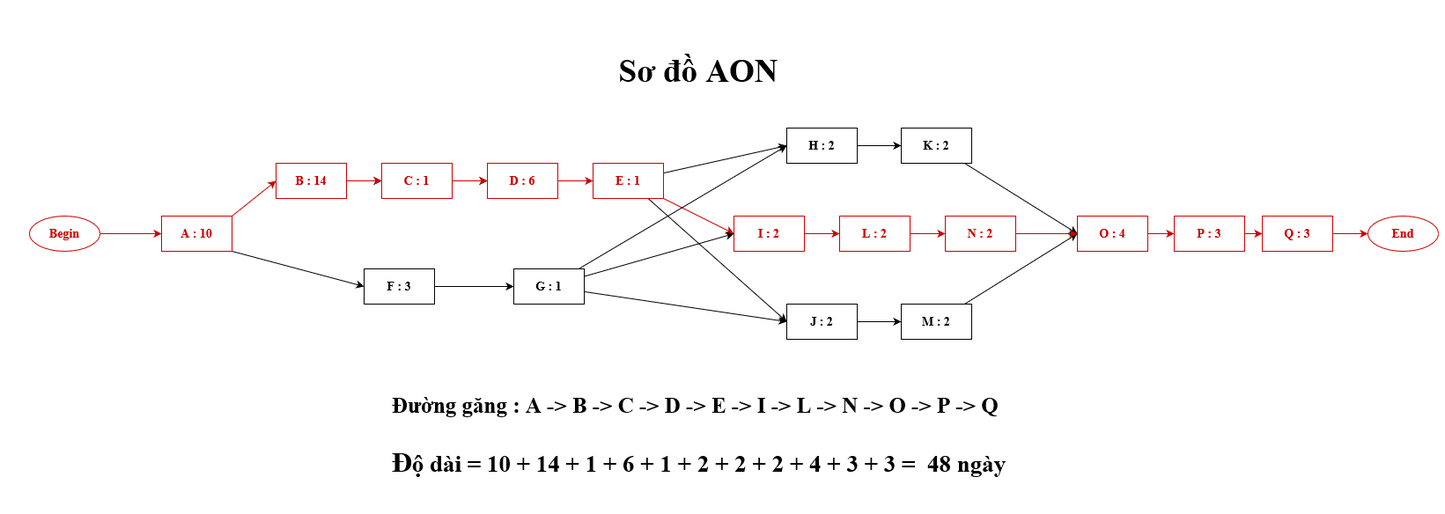
Before: Documents/QLDA/Critical_Path.png, a diagram exported from draw.io (H2Q318/HQN-Team). Source tidied: cells renumbered, new cells last; positions are measured from the earlier drawing's top-left corner, leaving out a move shared by most shapes.
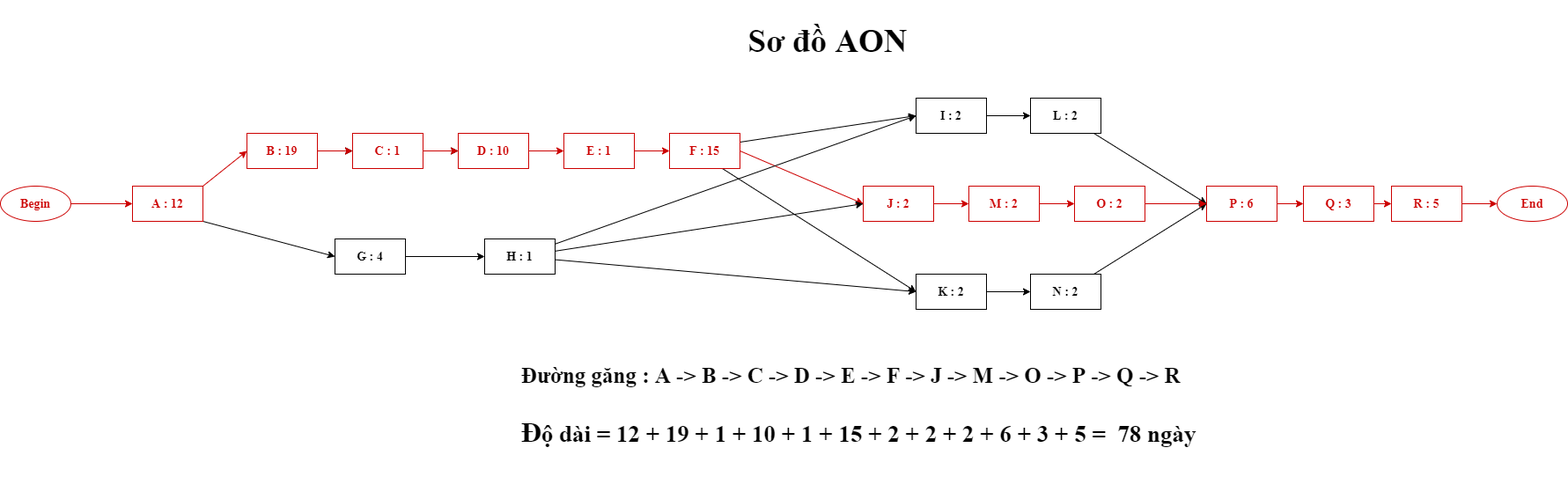
Above is the later version.

What changed in the source:
```diff
@@ -15,56 +15,56 @@
       <mxGeometry relative="1" as="geometry" />
     </mxCell>
     <mxCell id="6" value="A : 14" style="rounded=0;whiteSpace=wrap;html=1;fontFamily=Times New Roman;fontStyle=1;fontSize=14;" parent="1" vertex="1">
-      <mxGeometry x="280" y="130" width="80" height="40" as="geometry" />
+      <mxGeometry x="100" y="130" width="80" height="40" as="geometry" />
     </mxCell>
     <mxCell id="7" style="edgeStyle=none;rounded=0;jettySize=auto;html=1;fontFamily=Times New Roman;fontSize=14;" parent="1" edge="1" source="8">
       <mxGeometry relative="1" as="geometry">
         <mxPoint x="1190" y="210" as="targetPoint" />
       </mxGeometry>
     </mxCell>
-    <mxCell id="8" value="M : 2" style="rounded=0;whiteSpace=wrap;html=1;fontFamily=Times New Roman;fontStyle=1;fontSize=14;" parent="1" vertex="1">
+    <mxCell id="8" value="N : 2" style="rounded=0;whiteSpace=wrap;html=1;fontFamily=Times New Roman;fontStyle=1;fontSize=14;" parent="1" vertex="1">
       <mxGeometry x="990" y="290" width="80" height="40" as="geometry" />
     </mxCell>
     <mxCell id="9" style="edgeStyle=none;rounded=0;jettySize=auto;html=1;entryX=0;entryY=0.5;entryDx=0;entryDy=0;fontFamily=Times New Roman;fontSize=14;strokeColor=#CC0000;fontColor=#CC0000;" parent="1" edge="1" source="10" target="32">
       <mxGeometry relative="1" as="geometry" />
     </mxCell>
     <mxCell id="10" value="C : 6" style="rounded=0;whiteSpace=wrap;html=1;fontFamily=Times New Roman;fontStyle=1;fontSize=14;" parent="1" vertex="1">
-      <mxGeometry x="520" y="130" width="80" height="40" as="geometry" />
+      <mxGeometry x="340" y="130" width="80" height="40" as="geometry" />
     </mxCell>
     <mxCell id="11" style="edgeStyle=none;rounded=0;jettySize=auto;html=1;entryX=0;entryY=0.5;entryDx=0;entryDy=0;fontFamily=Times New Roman;fontSize=14;strokeColor=#CC0000;fontColor=#CC0000;" parent="1" edge="1" source="12" target="24">
       <mxGeometry relative="1" as="geometry" />
     </mxCell>
-    <mxCell id="12" value="L : 2" style="rounded=0;whiteSpace=wrap;html=1;fontFamily=Times New Roman;fontStyle=1;fontSize=14;strokeColor=#CC0000;fontColor=#CC0000;" parent="1" vertex="1">
+    <mxCell id="12" value="M : 2" style="rounded=0;whiteSpace=wrap;html=1;fontFamily=Times New Roman;fontStyle=1;fontSize=14;strokeColor=#CC0000;fontColor=#CC0000;" parent="1" vertex="1">
       <mxGeometry x="920" y="190" width="80" height="40" as="geometry" />
     </mxCell>
     <mxCell id="13" style="edgeStyle=none;rounded=0;jettySize=auto;html=1;fontFamily=Times New Roman;fontSize=14;strokeColor=#CC0000;fontColor=#CC0000;" parent="1" edge="1" source="14" target="12">
       <mxGeometry relative="1" as="geometry" />
     </mxCell>
-    <mxCell id="14" value="I : 2" style="rounded=0;whiteSpace=wrap;html=1;fontFamily=Times New Roman;fontStyle=1;fontSize=14;strokeColor=#CC0000;fontColor=#CC0000;" parent="1" vertex="1">
+    <mxCell id="14" value="J : 2" style="rounded=0;whiteSpace=wrap;html=1;fontFamily=Times New Roman;fontStyle=1;fontSize=14;strokeColor=#CC0000;fontColor=#CC0000;" parent="1" vertex="1">
       <mxGeometry x="800" y="190" width="80" height="40" as="geometry" />
     </mxCell>
     <mxCell id="15" style="edgeStyle=none;rounded=0;jettySize=auto;html=1;entryX=0;entryY=0.5;entryDx=0;entryDy=0;fontFamily=Times New Roman;fontSize=14;" parent="1" edge="1" source="16" target="38">
       <mxGeometry relative="1" as="geometry" />
     </mxCell>
-    <mxCell id="16" value="F : 3" style="rounded=0;whiteSpace=wrap;html=1;fontFamily=Times New Roman;fontStyle=1;fontSize=14;" parent="1" vertex="1">
-      <mxGeometry x="380" y="250" width="80" height="40" as="geometry" />
+    <mxCell id="16" value="G : 4" style="rounded=0;whiteSpace=wrap;html=1;fontFamily=Times New Roman;fontStyle=1;fontSize=14;" parent="1" vertex="1">
+      <mxGeometry x="200" y="250" width="80" height="40" as="geometry" />
     </mxCell>
     <mxCell id="17" style="edgeStyle=none;rounded=0;jettySize=auto;html=1;entryX=0;entryY=0.5;entryDx=0;entryDy=0;fontFamily=Times New Roman;fontSize=14;" parent="1" edge="1" source="18" target="8">
       <mxGeometry relative="1" as="geometry" />
     </mxCell>
-    <mxCell id="18" value="J : 2" style="rounded=0;whiteSpace=wrap;html=1;fontFamily=Times New Roman;fontStyle=1;fontSize=14;" parent="1" vertex="1">
+    <mxCell id="18" value="K : 2" style="rounded=0;whiteSpace=wrap;html=1;fontFamily=Times New Roman;fontStyle=1;fontSize=14;" parent="1" vertex="1">
       <mxGeometry x="860" y="290" width="80" height="40" as="geometry" />
     </mxCell>
     <mxCell id="19" style="edgeStyle=none;rounded=0;jettySize=auto;html=1;entryX=0;entryY=0.5;entryDx=0;entryDy=0;fontFamily=Times New Roman;fontSize=14;" parent="1" edge="1" source="20" target="22">
       <mxGeometry relative="1" as="geometry" />
     </mxCell>
-    <mxCell id="20" value="K : 2" style="rounded=0;whiteSpace=wrap;html=1;fontFamily=Times New Roman;fontStyle=1;fontSize=14;" parent="1" vertex="1">
+    <mxCell id="20" value="L : 2" style="rounded=0;whiteSpace=wrap;html=1;fontFamily=Times New Roman;fontStyle=1;fontSize=14;" parent="1" vertex="1">
       <mxGeometry x="990" y="90" width="80" height="40" as="geometry" />
     </mxCell>
     <mxCell id="21" style="edgeStyle=none;rounded=0;jettySize=auto;html=1;entryX=0;entryY=0.5;entryDx=0;entryDy=0;fontFamily=Times New Roman;fontSize=14;strokeColor=#CC0000;fontColor=#CC0000;" parent="1" edge="1" source="22" target="26">
       <mxGeometry relative="1" as="geometry" />
     </mxCell>
-    <mxCell id="22" value="O : 4" style="rounded=0;whiteSpace=wrap;html=1;fontFamily=Times New Roman;fontStyle=1;fontSize=14;strokeColor=#CC0000;fontColor=#CC0000;" parent="1" vertex="1">
+    <mxCell id="22" value="P : 6" style="rounded=0;whiteSpace=wrap;html=1;fontFamily=Times New Roman;fontStyle=1;fontSize=14;strokeColor=#CC0000;fontColor=#CC0000;" parent="1" vertex="1">
       <mxGeometry x="1190" y="190" width="80" height="40" as="geometry" />
     </mxCell>
     <mxCell id="23" style="edgeStyle=none;rounded=0;jettySize=auto;html=1;fontFamily=Times New Roman;fontSize=14;strokeColor=#CC0000;fontColor=#CC0000;" parent="1" edge="1" source="24">
@@ -72,38 +72,38 @@
         <mxPoint x="1190" y="210" as="targetPoint" />
       </mxGeometry>
     </mxCell>
-    <mxCell id="24" value="N : 2" style="rounded=0;whiteSpace=wrap;html=1;fontFamily=Times New Roman;fontStyle=1;fontSize=14;strokeColor=#CC0000;fontColor=#CC0000;" parent="1" vertex="1">
+    <mxCell id="24" value="O : 2" style="rounded=0;whiteSpace=wrap;html=1;fontFamily=Times New Roman;fontStyle=1;fontSize=14;strokeColor=#CC0000;fontColor=#CC0000;" parent="1" vertex="1">
       <mxGeometry x="1040" y="190" width="80" height="40" as="geometry" />
     </mxCell>
     <mxCell id="25" style="edgeStyle=none;rounded=0;jettySize=auto;html=1;fontFamily=Times New Roman;fontSize=14;strokeColor=#CC0000;fontColor=#CC0000;" parent="1" edge="1" source="26" target="40">
       <mxGeometry relative="1" as="geometry" />
     </mxCell>
-    <mxCell id="26" value="P : 3" style="rounded=0;whiteSpace=wrap;html=1;fontFamily=Times New Roman;fontStyle=1;fontSize=14;strokeColor=#CC0000;fontColor=#CC0000;" parent="1" vertex="1">
+    <mxCell id="26" value="Q : 3" style="rounded=0;whiteSpace=wrap;html=1;fontFamily=Times New Roman;fontStyle=1;fontSize=14;strokeColor=#CC0000;fontColor=#CC0000;" parent="1" vertex="1">
       <mxGeometry x="1300" y="190" width="80" height="40" as="geometry" />
     </mxCell>
     <mxCell id="27" style="edgeStyle=none;rounded=0;jettySize=auto;html=1;entryX=0;entryY=0.5;entryDx=0;entryDy=0;fontFamily=Times New Roman;fontSize=14;" parent="1" edge="1" source="28" target="20">
       <mxGeometry relative="1" as="geometry" />
     </mxCell>
-    <mxCell id="28" value="H : 2" style="rounded=0;whiteSpace=wrap;html=1;fontFamily=Times New Roman;fontStyle=1;fontSize=14;" parent="1" vertex="1">
+    <mxCell id="28" value="I : 2" style="rounded=0;whiteSpace=wrap;html=1;fontFamily=Times New Roman;fontStyle=1;fontSize=14;" parent="1" vertex="1">
       <mxGeometry x="860" y="90" width="80" height="40" as="geometry" />
     </mxCell>
-    <mxCell id="29" style="edgeStyle=none;rounded=0;jettySize=auto;html=1;entryX=0;entryY=0.5;entryDx=0;entryDy=0;fontFamily=Times New Roman;fontSize=14;" parent="1" edge="1" source="32" target="28">
+    <mxCell id="29" style="edgeStyle=none;rounded=0;jettySize=auto;html=1;entryX=0;entryY=0.5;entryDx=0;entryDy=0;fontFamily=Times New Roman;fontSize=14;exitX=1;exitY=0.25;exitDx=0;exitDy=0;" parent="1" edge="1" source="51" target="28">
       <mxGeometry relative="1" as="geometry" />
     </mxCell>
-    <mxCell id="30" style="edgeStyle=none;rounded=0;jettySize=auto;html=1;entryX=0;entryY=0.5;entryDx=0;entryDy=0;fontFamily=Times New Roman;fontSize=14;strokeColor=#CC0000;fontColor=#CC0000;" parent="1" edge="1" source="32" target="14">
+    <mxCell id="30" style="edgeStyle=none;rounded=0;jettySize=auto;html=1;entryX=0;entryY=0.5;entryDx=0;entryDy=0;fontFamily=Times New Roman;fontSize=14;strokeColor=#CC0000;fontColor=#CC0000;exitX=1;exitY=0.5;exitDx=0;exitDy=0;" parent="1" edge="1" source="51" target="14">
       <mxGeometry relative="1" as="geometry" />
     </mxCell>
-    <mxCell id="31" style="edgeStyle=none;rounded=0;jettySize=auto;html=1;entryX=0;entryY=0.5;entryDx=0;entryDy=0;fontFamily=Times New Roman;fontSize=14;" parent="1" edge="1" source="32" target="18">
+    <mxCell id="31" style="edgeStyle=none;rounded=0;jettySize=auto;html=1;entryX=0;entryY=0.5;entryDx=0;entryDy=0;fontFamily=Times New Roman;fontSize=14;exitX=0.75;exitY=1;exitDx=0;exitDy=0;" parent="1" edge="1" source="51" target="18">
       <mxGeometry relative="1" as="geometry" />
     </mxCell>
     <mxCell id="32" value="E : 1" style="rounded=0;whiteSpace=wrap;html=1;fontFamily=Times New Roman;fontStyle=1;fontSize=14;strokeColor=#CC0000;fontColor=#CC0000;" parent="1" vertex="1">
-      <mxGeometry x="640" y="130" width="80" height="40" as="geometry" />
+      <mxGeometry x="460" y="130" width="80" height="40" as="geometry" />
     </mxCell>
     <mxCell id="33" style="edgeStyle=none;rounded=0;jettySize=auto;html=1;entryX=0;entryY=0.5;entryDx=0;entryDy=0;fontFamily=Times New Roman;fontSize=14;" parent="1" edge="1" source="34" target="10">
       <mxGeometry relative="1" as="geometry" />
     </mxCell>
     <mxCell id="34" value="B : 1" style="rounded=0;whiteSpace=wrap;html=1;fontFamily=Times New Roman;fontStyle=1;fontSize=14;" parent="1" vertex="1">
-      <mxGeometry x="400" y="130" width="80" height="40" as="geometry" />
+      <mxGeometry x="220" y="130" width="80" height="40" as="geometry" />
     </mxCell>
     <mxCell id="35" style="edgeStyle=none;rounded=0;jettySize=auto;html=1;entryX=0;entryY=0.5;entryDx=0;entryDy=0;fontFamily=Times New Roman;fontSize=14;" parent="1" edge="1" source="38" target="14">
       <mxGeometry relative="1" as="geometry" />
@@ -114,44 +114,50 @@
     <mxCell id="37" style="edgeStyle=none;rounded=0;jettySize=auto;html=1;entryX=0;entryY=0.5;entryDx=0;entryDy=0;fontFamily=Times New Roman;fontSize=14;" parent="1" edge="1" source="38" target="28">
       <mxGeometry relative="1" as="geometry" />
     </mxCell>
-    <mxCell id="38" value="G : 1" style="rounded=0;whiteSpace=wrap;html=1;fontFamily=Times New Roman;fontStyle=1;fontSize=14;" parent="1" vertex="1">
-      <mxGeometry x="550" y="250" width="80" height="40" as="geometry" />
+    <mxCell id="38" value="H : 1" style="rounded=0;whiteSpace=wrap;html=1;fontFamily=Times New Roman;fontStyle=1;fontSize=14;" parent="1" vertex="1">
+      <mxGeometry x="370" y="250" width="80" height="40" as="geometry" />
     </mxCell>
     <mxCell id="39" style="edgeStyle=none;rounded=0;jettySize=auto;html=1;entryX=0;entryY=0.5;entryDx=0;entryDy=0;fontFamily=Times New Roman;fontSize=14;strokeColor=#CC0000;fontColor=#CC0000;" parent="1" edge="1" source="40" target="4">
       <mxGeometry relative="1" as="geometry" />
     </mxCell>
-    <mxCell id="40" value="Q : 3" style="rounded=0;whiteSpace=wrap;html=1;fontFamily=Times New Roman;fontStyle=1;fontSize=14;strokeColor=#CC0000;fontColor=#CC0000;" parent="1" vertex="1">
+    <mxCell id="40" value="R : 5" style="rounded=0;whiteSpace=wrap;html=1;fontFamily=Times New Roman;fontStyle=1;fontSize=14;strokeColor=#CC0000;fontColor=#CC0000;" parent="1" vertex="1">
       <mxGeometry x="1400" y="190" width="80" height="40" as="geometry" />
     </mxCell>
     <mxCell id="41" value="&lt;h1 style=&quot;font-size: 37px&quot;&gt;&lt;font style=&quot;font-size: 37px&quot; face=&quot;Times New Roman&quot;&gt;Sơ đồ AON&lt;/font&gt;&lt;/h1&gt;" style="text;html=1;strokeColor=none;fillColor=none;align=center;verticalAlign=middle;whiteSpace=wrap;rounded=0;fontFamily=Times New Roman;fontSize=14;" parent="1" vertex="1">
       <mxGeometry x="590" width="340" height="50" as="geometry" />
     </mxCell>
     <mxCell id="42" value="Begin" style="ellipse;whiteSpace=wrap;html=1;fontFamily=Times New Roman;fontStyle=1;fontSize=14;strokeColor=#CC0000;fontColor=#CC0000;" parent="1" vertex="1">
-      <mxGeometry y="190" width="80" height="40" as="geometry" />
+      <mxGeometry x="-180" y="190" width="80" height="40" as="geometry" />
     </mxCell>
     <mxCell id="43" style="rounded=0;jettySize=auto;html=1;entryX=0;entryY=0.5;entryDx=0;entryDy=0;fontFamily=Times New Roman;fontSize=14;strokeColor=#CC0000;fontColor=#CC0000;" parent="1" edge="1" source="42" target="49">
       <mxGeometry relative="1" as="geometry" />
     </mxCell>
-    <mxCell id="44" value="B : 14" style="rounded=0;whiteSpace=wrap;html=1;fontFamily=Times New Roman;fontStyle=1;fontSize=14;strokeColor=#CC0000;fontColor=#CC0000;" parent="1" vertex="1">
-      <mxGeometry x="280" y="130" width="80" height="40" as="geometry" />
+    <mxCell id="44" value="B : 19" style="rounded=0;whiteSpace=wrap;html=1;fontFamily=Times New Roman;fontStyle=1;fontSize=14;strokeColor=#CC0000;fontColor=#CC0000;" parent="1" vertex="1">
+      <mxGeometry x="100" y="130" width="80" height="40" as="geometry" />
     </mxCell>
     <mxCell id="45" style="edgeStyle=none;rounded=0;jettySize=auto;html=1;entryX=0;entryY=0.5;entryDx=0;entryDy=0;fontFamily=Times New Roman;fontSize=14;strokeColor=#CC0000;fontColor=#CC0000;" parent="1" edge="1" source="44" target="46">
       <mxGeometry relative="1" as="geometry" />
     </mxCell>
     <mxCell id="46" value="C : 1" style="rounded=0;whiteSpace=wrap;html=1;fontFamily=Times New Roman;fontStyle=1;fontSize=14;strokeColor=#CC0000;fontColor=#CC0000;" parent="1" vertex="1">
-      <mxGeometry x="400" y="130" width="80" height="40" as="geometry" />
+      <mxGeometry x="220" y="130" width="80" height="40" as="geometry" />
     </mxCell>
     <mxCell id="47" style="edgeStyle=none;rounded=0;jettySize=auto;html=1;entryX=0;entryY=0.5;entryDx=0;entryDy=0;fontFamily=Times New Roman;fontSize=14;strokeColor=#CC0000;fontColor=#CC0000;" parent="1" edge="1" source="46" target="48">
       <mxGeometry relative="1" as="geometry" />
     </mxCell>
-    <mxCell id="48" value="D : 6" style="rounded=0;whiteSpace=wrap;html=1;fontFamily=Times New Roman;fontStyle=1;fontSize=14;strokeColor=#CC0000;fontColor=#CC0000;" parent="1" vertex="1">
-      <mxGeometry x="520" y="130" width="80" height="40" as="geometry" />
+    <mxCell id="48" value="D : 10" style="rounded=0;whiteSpace=wrap;html=1;fontFamily=Times New Roman;fontStyle=1;fontSize=14;strokeColor=#CC0000;fontColor=#CC0000;" parent="1" vertex="1">
+      <mxGeometry x="340" y="130" width="80" height="40" as="geometry" />
     </mxCell>
-    <mxCell id="49" value="A : 10" style="rounded=0;whiteSpace=wrap;html=1;fontFamily=Times New Roman;fontStyle=1;fontSize=14;strokeColor=#CC0000;fontColor=#CC0000;" parent="1" vertex="1">
-      <mxGeometry x="150" y="190" width="80" height="40" as="geometry" />
+    <mxCell id="49" value="A : 12" style="rounded=0;whiteSpace=wrap;html=1;fontFamily=Times New Roman;fontStyle=1;fontSize=14;strokeColor=#CC0000;fontColor=#CC0000;" parent="1" vertex="1">
+      <mxGeometry x="-30" y="190" width="80" height="40" as="geometry" />
     </mxCell>
-    <mxCell id="50" value="&lt;h2 style=&quot;font-size: 25px&quot; align=&quot;left&quot;&gt;&lt;font style=&quot;font-size: 25px&quot;&gt;Đường găng : A -&amp;gt; B -&amp;gt; C -&amp;gt; D -&amp;gt; E -&amp;gt; I -&amp;gt; L -&amp;gt; N -&amp;gt; O -&amp;gt; P -&amp;gt; Q&lt;/font&gt;&lt;/h2&gt;&lt;div style=&quot;font-size: 27px&quot;&gt;&lt;h3&gt;Đ&lt;font style=&quot;font-size: 27px&quot;&gt;ộ dài = 10 + 14 + 1 + 6 + 1 + 2 + 2 + 2 + 4 + 3 + 3 =&amp;nbsp; 48 ngày&lt;/font&gt;&lt;/h3&gt;&lt;/div&gt;" style="text;html=1;strokeColor=none;fillColor=none;align=left;verticalAlign=middle;whiteSpace=wrap;rounded=0;fontFamily=Times New Roman;" parent="1" vertex="1">
-      <mxGeometry x="410" y="380" width="740" height="130" as="geometry" />
+    <mxCell id="50" value="&lt;h2 style=&quot;font-size: 25px&quot; align=&quot;left&quot;&gt;&lt;font style=&quot;font-size: 25px&quot;&gt;Đường găng : A -&amp;gt; B -&amp;gt; C -&amp;gt; D -&amp;gt; E -&amp;gt; F -&amp;gt; J -&amp;gt; M -&amp;gt; O -&amp;gt; P -&amp;gt; Q -&amp;gt; R&lt;/font&gt;&lt;/h2&gt;&lt;div style=&quot;font-size: 27px&quot;&gt;&lt;h3&gt;Đ&lt;font style=&quot;font-size: 27px&quot;&gt;ộ dài = 12 + 19 + 1 + 10 + 1 + 15 + 2 + 2 + 2 + 6 + 3 + 5 =&amp;nbsp; 78 ngày&lt;/font&gt;&lt;/h3&gt;&lt;/div&gt;" style="text;html=1;strokeColor=none;fillColor=none;align=left;verticalAlign=middle;whiteSpace=wrap;rounded=0;fontFamily=Times New Roman;" parent="1" vertex="1">
+      <mxGeometry x="410" y="380" width="840" height="130" as="geometry" />
     </mxCell>
+    <mxCell id="51" value="F : 15" style="rounded=0;whiteSpace=wrap;html=1;fontFamily=Times New Roman;fontStyle=1;fontSize=14;strokeColor=#CC0000;fontColor=#CC0000;" parent="1" vertex="1">
+      <mxGeometry x="580" y="130" width="80" height="40" as="geometry" />
+    </mxCell>
+    <mxCell id="52" style="edgeStyle=none;rounded=0;jettySize=auto;html=1;entryX=0;entryY=0.5;entryDx=0;entryDy=0;fontFamily=Times New Roman;fontSize=14;strokeColor=#CC0000;fontColor=#CC0000;exitX=1;exitY=0.5;exitDx=0;exitDy=0;" parent="1" edge="1" source="32" target="51">
+      <mxGeometry relative="1" as="geometry" />
+    </mxCell>
   </root>
 </mxGraphModel>
```
